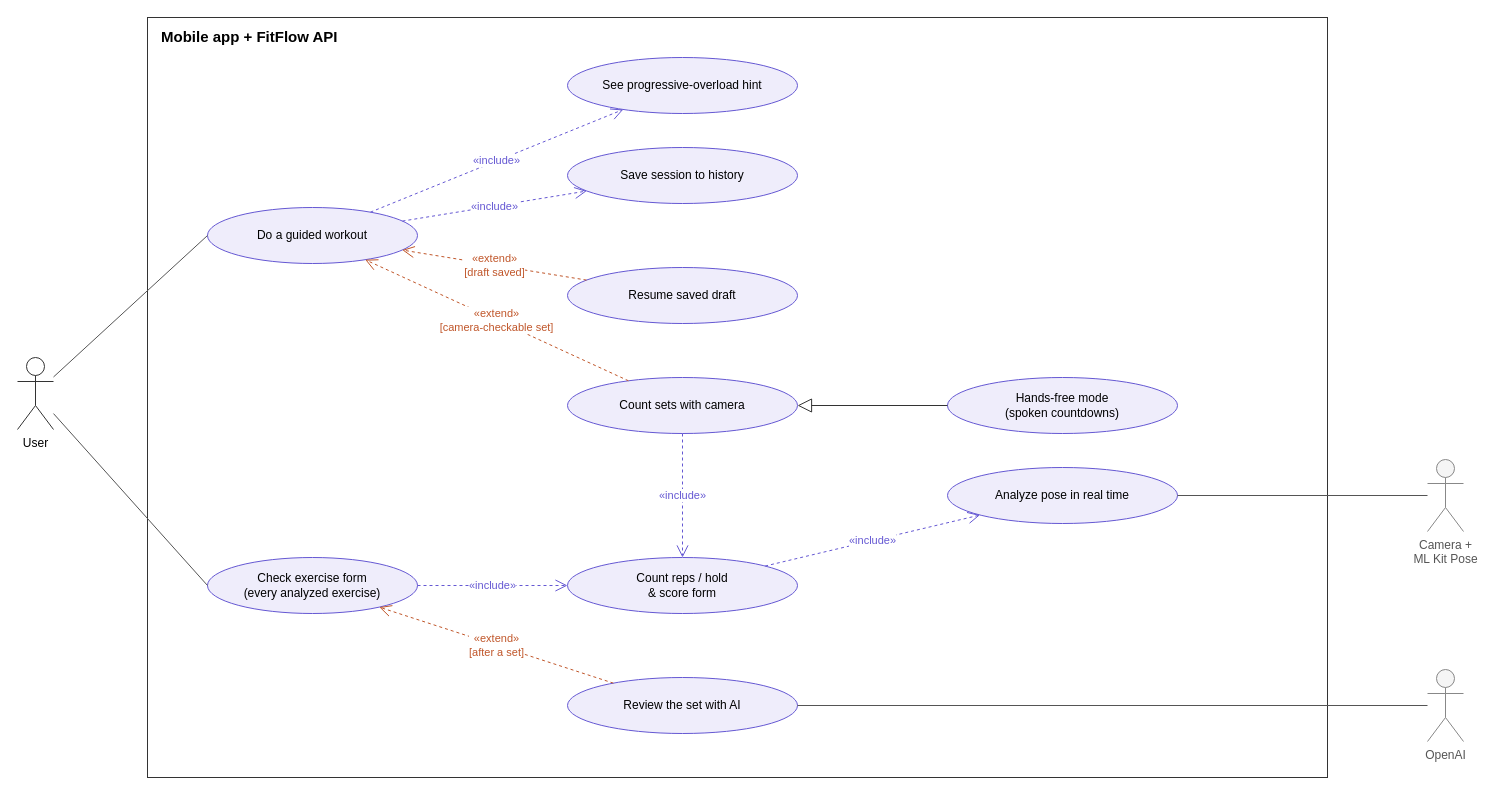
Above: page "Training & form check" (4 of 7) of docs/usecase.drawio in PRM-393-G5/fitflow (draw.io), before the change. Source tidied: cells renumbered, new cells numbered last; positions are measured from the earlier drawing's top-left corner, leaving out a move shared by most shapes. Both pictures are drawn from the tidied source at 100%, with x=0, y=0 at pixel (17, 17).
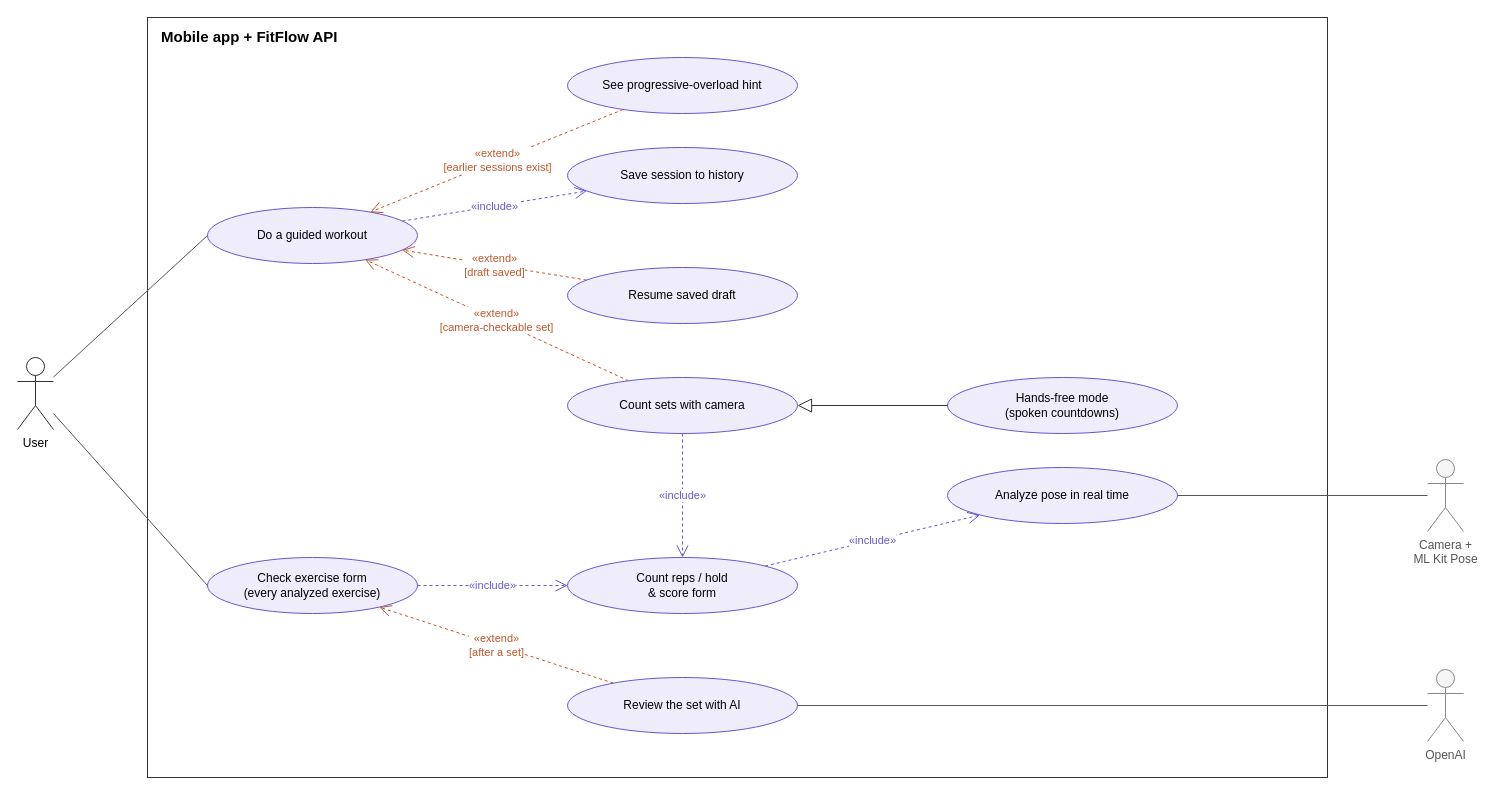
After the change.

Commit message (it also covers changes not shown here):
Tighten the UML: optional steps extend, a discard path on sign-out

Unchanged cells that the change refers to:
```xml
<mxCell id="6" value="Do a guided workout" style="ellipse;whiteSpace=wrap;html=1;fillColor=#EFEDFB;strokeColor=#6558D3;fontSize=12;" parent="1" vertex="1">
  <mxGeometry x="190" y="190" width="210" height="56" as="geometry" />
</mxCell>
<mxCell id="7" value="See progressive-overload hint" style="ellipse;whiteSpace=wrap;html=1;fillColor=#EFEDFB;strokeColor=#6558D3;fontSize=12;" parent="1" vertex="1">
  <mxGeometry x="550" y="40" width="230" height="56" as="geometry" />
</mxCell>
```

Diff of the diagram source:
```diff
@@
-    <mxCell id="18" value="«include»" style="endArrow=open;endSize=10;dashed=1;html=1;strokeColor=#6558D3;fontColor=#6558D3;fontSize=11;" parent="1" edge="1" source="6" target="7">
+    <mxCell id="18" value="«extend»&lt;br&gt;[earlier sessions exist]" style="endArrow=open;endSize=10;dashed=1;html=1;strokeColor=#c0562a;fontColor=#c0562a;fontSize=11;" parent="1" edge="1" source="7" target="6">
       <mxGeometry relative="1" as="geometry" />
     </mxCell>
```
